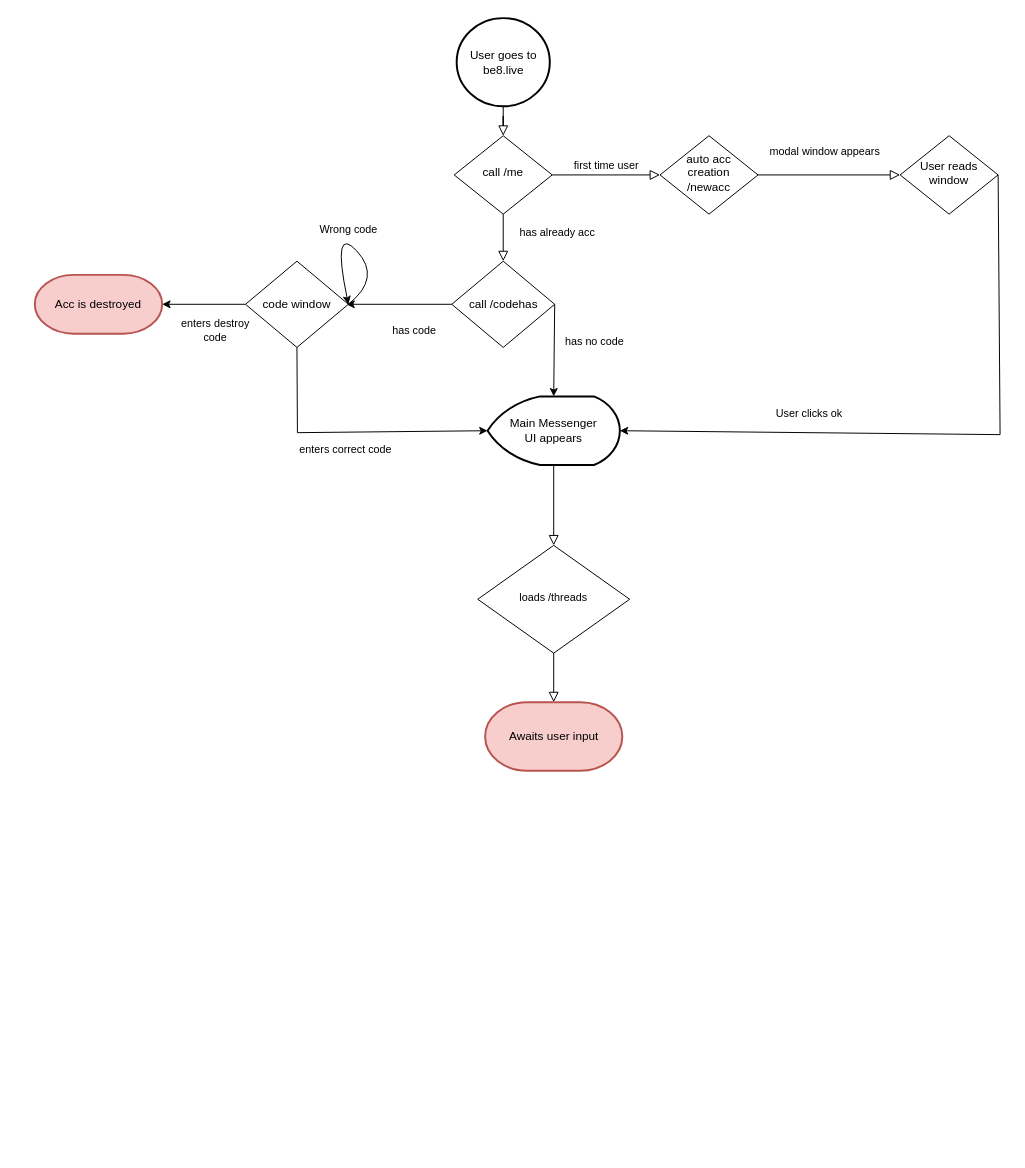
Before: doc/user_bootstrap.drawio in Be8-Systems/be8-frontend, a draw.io diagram. Source tidied: cells renumbered, new cells numbered last; positions are measured from the earlier drawing's top-left corner, leaving out a move shared by most shapes. Both pictures are drawn from the tidied source at 98%, with x=0, y=0 at pixel (34, 18).
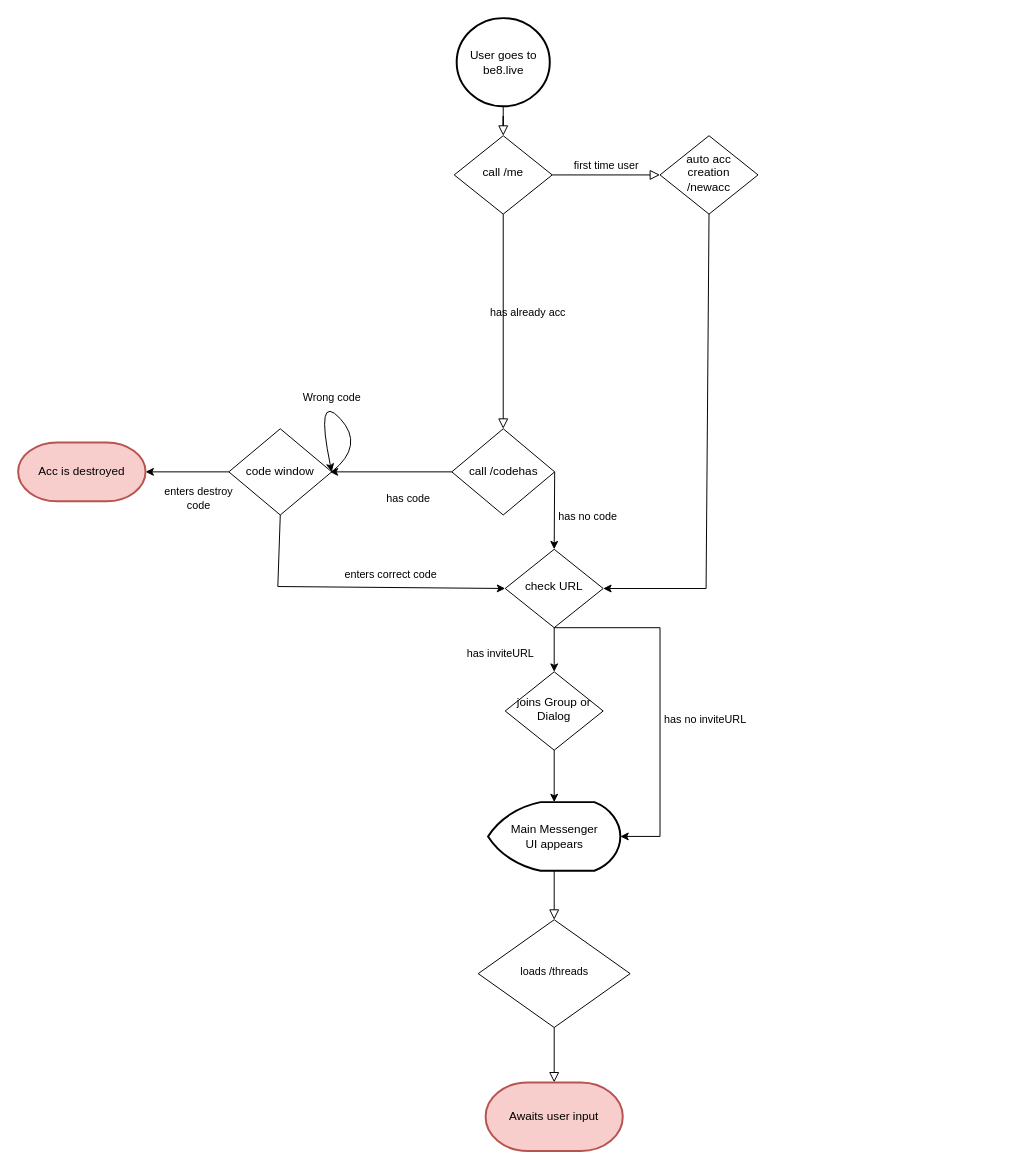
Above is the later version.

Unchanged cells that the change refers to:
```xml
<mxCell id="5" value="call /me" style="rhombus;whiteSpace=wrap;html=1;shadow=0;fontFamily=Helvetica;fontSize=12;align=center;strokeWidth=1;spacing=6;spacingTop=-4;" parent="1" vertex="1">
  <mxGeometry x="428" y="120" width="100" height="80" as="geometry" />
</mxCell>
<mxCell id="6" value="auto acc creation&lt;br&gt;/newacc" style="rhombus;whiteSpace=wrap;html=1;shadow=0;fontFamily=Helvetica;fontSize=12;align=center;strokeWidth=1;spacing=6;spacingTop=-4;" parent="1" vertex="1">
  <mxGeometry x="638" y="120" width="100" height="80" as="geometry" />
</mxCell>
```

What changed in the source:
```diff
@@
     <mxCell id="3" value="has already acc" style="rounded=0;html=1;jettySize=auto;fontSize=11;endArrow=block;endFill=0;endSize=8;strokeWidth=1;shadow=0;labelBackgroundColor=none;edgeStyle=orthogonalEdgeStyle;entryX=0.5;entryY=0;entryDx=0;entryDy=0;" parent="1" edge="1" source="5" target="15">
-      <mxGeometry x="-0.2" y="55" relative="1" as="geometry" />
+      <mxGeometry x="-0.3" y="34" relative="1" as="geometry">
+        <mxPoint x="-9" y="23" as="offset" />
+      </mxGeometry>
     </mxCell>
@@
-    <mxCell id="7" value="modal window appears" style="edgeStyle=orthogonalEdgeStyle;rounded=0;html=1;jettySize=auto;fontSize=11;endArrow=block;endFill=0;endSize=8;strokeWidth=1;shadow=0;labelBackgroundColor=none;exitX=1;exitY=0.5;exitDx=0;exitDy=0;entryX=0;entryY=0.5;entryDx=0;entryDy=0;" parent="1" edge="1" source="6" target="8">
-      <mxGeometry x="-0.06" y="24" relative="1" as="geometry" />
-    </mxCell>
-    <mxCell id="8" value="User reads&lt;br&gt;window" style="rhombus;whiteSpace=wrap;html=1;shadow=0;fontFamily=Helvetica;fontSize=12;align=center;strokeWidth=1;spacing=6;spacingTop=-4;" parent="1" vertex="1">
-      <mxGeometry x="883" y="120" width="100" height="80" as="geometry" />
-    </mxCell>
@@
     <mxCell id="11" value="&lt;span style=&quot;font-size: 11px;&quot;&gt;loads /threads&lt;br&gt;&lt;/span&gt;" style="rhombus;whiteSpace=wrap;html=1;shadow=0;fontFamily=Helvetica;fontSize=12;align=center;strokeWidth=1;spacing=6;spacingTop=-4;" parent="1" vertex="1">
-      <mxGeometry x="452" y="538" width="155" height="110" as="geometry" />
+      <mxGeometry x="452.5" y="920" width="155" height="110" as="geometry" />
     </mxCell>
@@
     <mxCell id="13" value="Awaits user input" style="strokeWidth=2;html=1;shape=mxgraph.flowchart.terminator;whiteSpace=wrap;fillColor=#f8cecc;strokeColor=#b85450;" parent="1" vertex="1">
-      <mxGeometry x="459.5" y="698" width="140" height="70" as="geometry" />
+      <mxGeometry x="460" y="1086" width="140" height="70" as="geometry" />
     </mxCell>
     <mxCell id="14" value="&lt;span style=&quot;&quot;&gt;Main Messenger&lt;/span&gt;&lt;br style=&quot;&quot;&gt;&lt;span style=&quot;&quot;&gt;UI appears&lt;/span&gt;" style="strokeWidth=2;html=1;shape=mxgraph.flowchart.display;whiteSpace=wrap;" parent="1" vertex="1">
-      <mxGeometry x="462" y="386" width="135" height="70" as="geometry" />
+      <mxGeometry x="462.5" y="800" width="135" height="70" as="geometry" />
     </mxCell>
     <mxCell id="15" value="call /codehas" style="rhombus;whiteSpace=wrap;html=1;" parent="1" vertex="1">
-      <mxGeometry x="425.5" y="248" width="105" height="88" as="geometry" />
+      <mxGeometry x="425.5" y="419" width="105" height="88" as="geometry" />
     </mxCell>
-    <mxCell id="16" value="has no code" style="endArrow=classic;html=1;rounded=0;exitX=1;exitY=0.5;exitDx=0;exitDy=0;entryX=0.5;entryY=0;entryDx=0;entryDy=0;entryPerimeter=0;" parent="1" edge="1" source="15" target="14">
-      <mxGeometry x="-0.2" y="41" relative="1" as="geometry" />
+    <mxCell id="16" value="has no code" style="endArrow=classic;html=1;rounded=0;exitX=1;exitY=0.5;exitDx=0;exitDy=0;entryX=0.5;entryY=0;entryDx=0;entryDy=0;" parent="1" edge="1" source="15" target="25">
+      <mxGeometry x="0.16" y="34" relative="1" as="geometry" />
     </mxCell>
     <mxCell id="17" value="has code" style="endArrow=classic;html=1;rounded=0;exitX=0;exitY=0.5;exitDx=0;exitDy=0;" parent="1" edge="1" source="15">
       <mxGeometry x="-0.28" y="27" relative="1" as="geometry">
-        <mxPoint x="318" y="292" as="targetPoint" />
+        <mxPoint x="301" y="463" as="targetPoint" />
       </mxGeometry>
     </mxCell>
     <mxCell id="18" value="code window" style="rhombus;whiteSpace=wrap;html=1;" parent="1" vertex="1">
-      <mxGeometry x="215" y="248" width="105" height="88" as="geometry" />
+      <mxGeometry x="198" y="419" width="105" height="88" as="geometry" />
     </mxCell>
-    <mxCell id="19" value="enters correct code" style="endArrow=classic;html=1;rounded=0;exitX=0.5;exitY=1;exitDx=0;exitDy=0;entryX=0;entryY=0.5;entryDx=0;entryDy=0;entryPerimeter=0;" parent="1" edge="1" source="18" target="14">
-      <mxGeometry x="-0.03" y="-18" relative="1" as="geometry">
+    <mxCell id="19" value="enters correct code" style="endArrow=classic;html=1;rounded=0;exitX=0.5;exitY=1;exitDx=0;exitDy=0;entryX=0;entryY=0.5;entryDx=0;entryDy=0;" parent="1" edge="1" source="18" target="25">
+      <mxGeometry x="0.23" y="13" relative="1" as="geometry">
         <Array as="points">
-          <mxPoint x="268" y="423" />
+          <mxPoint x="248" y="580" />
         </Array>
       </mxGeometry>
     </mxCell>
@@
     <mxCell id="21" value="Acc is destroyed" style="strokeWidth=2;html=1;shape=mxgraph.flowchart.terminator;whiteSpace=wrap;fillColor=#f8cecc;strokeColor=#b85450;" parent="1" vertex="1">
-      <mxGeometry y="262" width="130" height="60" as="geometry" />
+      <mxGeometry x="-17" y="433" width="130" height="60" as="geometry" />
     </mxCell>
     <mxCell id="22" style="curved=1;endArrow=classic;html=1;rounded=0;exitX=1;exitY=0.5;exitDx=0;exitDy=0;entryX=1;entryY=0.5;entryDx=0;entryDy=0;" parent="1" edge="1" source="18" target="18">
       <mxGeometry relative="1" as="geometry">
         <Array as="points">
-          <mxPoint x="354" y="265" />
-          <mxPoint x="303" y="210" />
+          <mxPoint x="337" y="436" />
+          <mxPoint x="286" y="381" />
         </Array>
       </mxGeometry>
     </mxCell>
@@
-    <mxCell id="24" value="User clicks ok" style="endArrow=classic;html=1;rounded=0;exitX=1;exitY=0.5;exitDx=0;exitDy=0;entryX=1;entryY=0.5;entryDx=0;entryDy=0;entryPerimeter=0;" parent="1" edge="1" source="8" target="14">
-      <mxGeometry x="0.41" y="-19" relative="1" as="geometry">
-        <Array as="points">
-          <mxPoint x="985" y="425" />
-        </Array>
-      </mxGeometry>
-    </mxCell>
+    <mxCell id="25" value="check URL" style="rhombus;whiteSpace=wrap;html=1;shadow=0;fontFamily=Helvetica;fontSize=12;align=center;strokeWidth=1;spacing=6;spacingTop=-4;" parent="1" vertex="1">
+      <mxGeometry x="480" y="542" width="100" height="80" as="geometry" />
+    </mxCell>
+    <mxCell id="26" style="endArrow=classic;html=1;rounded=0;exitX=0.5;exitY=1;exitDx=0;exitDy=0;entryX=1;entryY=0.5;entryDx=0;entryDy=0;" parent="1" edge="1" source="6" target="25">
+      <mxGeometry relative="1" as="geometry">
+        <Array as="points">
+          <mxPoint x="685" y="582" />
+        </Array>
+      </mxGeometry>
+    </mxCell>
+    <mxCell id="27" value="has inviteURL" style="endArrow=classic;html=1;rounded=0;exitX=0.5;exitY=1;exitDx=0;exitDy=0;entryX=0.5;entryY=0;entryDx=0;entryDy=0;" parent="1" edge="1" source="25" target="28">
+      <mxGeometry x="0.16" y="-55" relative="1" as="geometry" />
+    </mxCell>
+    <mxCell id="28" value="joins Group or&lt;br&gt;Dialog" style="rhombus;whiteSpace=wrap;html=1;shadow=0;fontFamily=Helvetica;fontSize=12;align=center;strokeWidth=1;spacing=6;spacingTop=-4;" parent="1" vertex="1">
+      <mxGeometry x="480" y="667" width="100" height="80" as="geometry" />
+    </mxCell>
+    <mxCell id="29" style="endArrow=classic;html=1;rounded=0;entryX=1;entryY=0.5;entryDx=0;entryDy=0;entryPerimeter=0;" parent="1" edge="1" target="14">
+      <mxGeometry relative="1" as="geometry">
+        <mxPoint x="530" y="622" as="sourcePoint" />
+        <Array as="points">
+          <mxPoint x="638" y="622" />
+          <mxPoint x="638" y="835" />
+        </Array>
+      </mxGeometry>
+    </mxCell>
+    <mxCell id="30" value="has no inviteURL" style="edgeLabel;html=1;align=center;verticalAlign=middle;" parent="29" vertex="1">
+      <mxGeometry x="-0.02" y="1" relative="1" as="geometry">
+        <mxPoint x="44" y="24" as="offset" />
+      </mxGeometry>
+    </mxCell>
+    <mxCell id="31" value="&lt;br&gt;" style="endArrow=classic;html=1;rounded=0;exitX=0.5;exitY=1;exitDx=0;exitDy=0;entryX=0.5;entryY=0;entryDx=0;entryDy=0;entryPerimeter=0;" parent="1" edge="1" source="28" target="14">
+      <mxGeometry x="-0.25" y="-39" relative="1" as="geometry" />
+    </mxCell>
```
